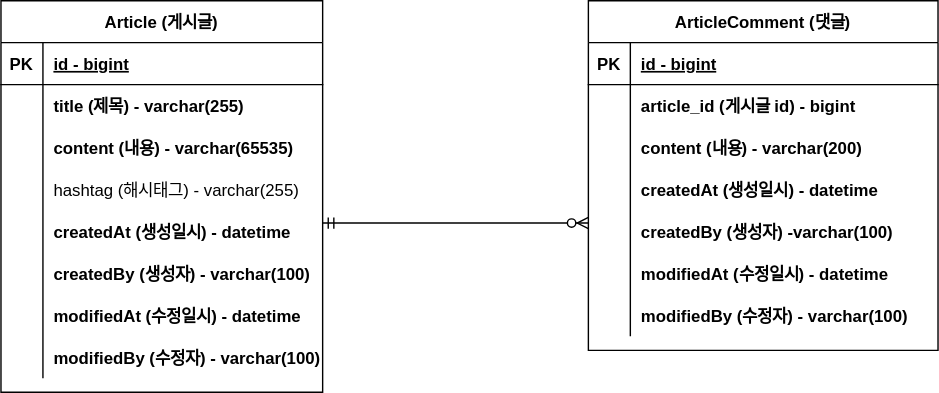
The draw.io diagram document/project-board-erd.svg in mck0324/project-board, before a commit. Source tidied: cells renumbered, new cells last; positions are measured from the earlier drawing's top-left corner, leaving out a move shared by most shapes.
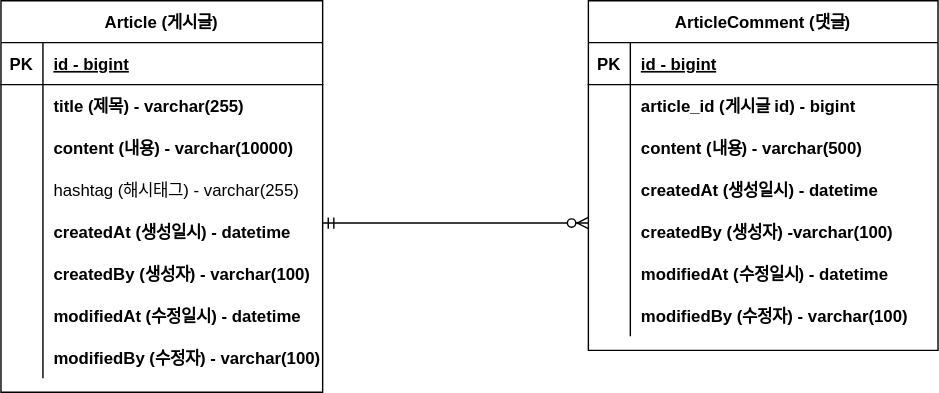
After the change.

Commit message:
#10 - erd 업데이트 : content 사이즈 변경

Change to the diagram source:
```diff
@@ -29,7 +29,7 @@
     <mxCell id="10" style="shape=partialRectangle;fillColor=none;top=0;left=0;bottom=0;right=0;overflow=hidden;" parent="9" vertex="1">
       <mxGeometry width="30" height="30" as="geometry" />
     </mxCell>
-    <mxCell id="11" value="content (내용) - varchar(65535)" style="shape=partialRectangle;fillColor=none;top=0;left=0;bottom=0;right=0;align=left;spacingLeft=6;overflow=hidden;fontStyle=1;" parent="9" vertex="1">
+    <mxCell id="11" value="content (내용) - varchar(10000)" style="shape=partialRectangle;fillColor=none;top=0;left=0;bottom=0;right=0;align=left;spacingLeft=6;overflow=hidden;fontStyle=1;" parent="9" vertex="1">
       <mxGeometry x="30" width="200" height="30" as="geometry" />
     </mxCell>
     <mxCell id="12" style="shape=tableRow;horizontal=0;startSize=0;swimlaneHead=0;swimlaneBody=0;fillColor=none;top=0;left=0;right=0;bottom=0;" parent="2" vertex="1">
@@ -104,7 +104,7 @@
     <mxCell id="35" style="shape=partialRectangle;fillColor=none;top=0;left=0;bottom=0;right=0;overflow=hidden;" parent="34" vertex="1">
       <mxGeometry width="30" height="30" as="geometry" />
     </mxCell>
-    <mxCell id="36" value="content (내용) - varchar(200)" style="shape=partialRectangle;fillColor=none;top=0;left=0;bottom=0;right=0;align=left;spacingLeft=6;overflow=hidden;fontStyle=1;" parent="34" vertex="1">
+    <mxCell id="36" value="content (내용) - varchar(500)" style="shape=partialRectangle;fillColor=none;top=0;left=0;bottom=0;right=0;align=left;spacingLeft=6;overflow=hidden;fontStyle=1;" parent="34" vertex="1">
       <mxGeometry x="30" width="220" height="30" as="geometry" />
     </mxCell>
     <mxCell id="37" style="shape=tableRow;horizontal=0;startSize=0;swimlaneHead=0;swimlaneBody=0;fillColor=none;top=0;left=0;right=0;bottom=0;" parent="27" vertex="1">
```
